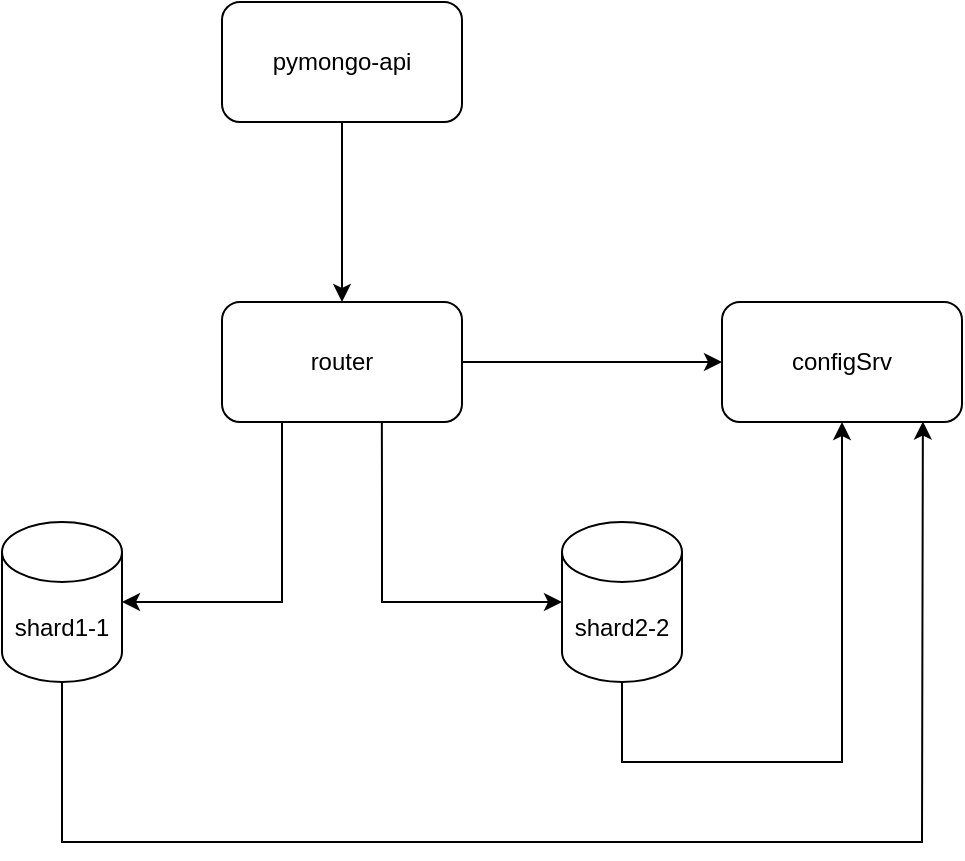
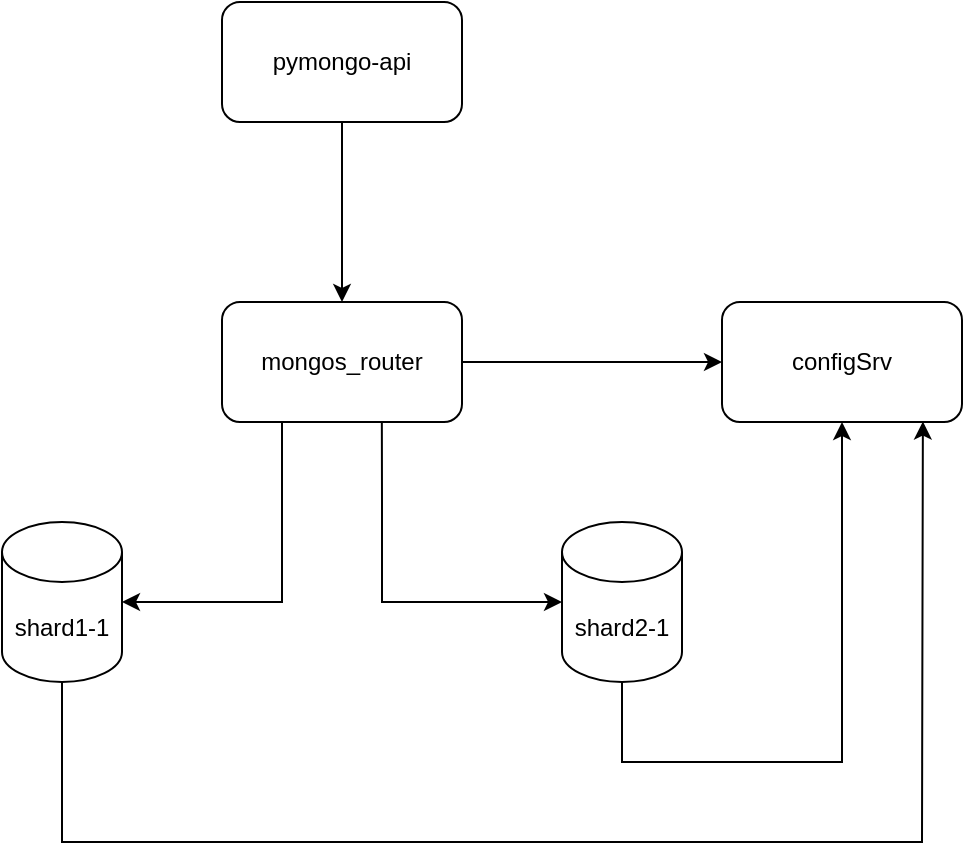
<mxfile host="Electron" agent="Mozilla/5.0 (Macintosh; Intel Mac OS X 10_15_7) AppleWebKit/537.36 (KHTML, like Gecko) draw.io/27.0.9 Chrome/134.0.6998.205 Electron/35.4.0 Safari/537.36" version="27.0.9">
  <diagram name="Page-1" id="-H_mtQnk-PTXWXPvYvuk">
    <mxGraphModel dx="1131" dy="863" grid="1" gridSize="10" guides="1" tooltips="1" connect="1" arrows="1" fold="1" page="1" pageScale="1" pageWidth="1169" pageHeight="827" math="0" shadow="0">
      <root>
        <mxCell id="0" />
        <mxCell id="1" parent="0" />
        <mxCell id="zA23MoTUsTF4_91t8viU-2" value="shard1-1" style="shape=cylinder3;whiteSpace=wrap;html=1;boundedLbl=1;backgroundOutline=1;size=15;" parent="1" vertex="1">
          <mxGeometry x="290" y="360" width="60" height="80" as="geometry" />
        </mxCell>
        <mxCell id="zA23MoTUsTF4_91t8viU-3" value="pymongo-api" style="rounded=1;whiteSpace=wrap;html=1;" parent="1" vertex="1">
          <mxGeometry x="400" y="100" width="120" height="60" as="geometry" />
        </mxCell>
-         <mxCell id="CvNH-Yc4kmu2Opaz4pRZ-2" value="shard2-2" style="shape=cylinder3;whiteSpace=wrap;html=1;boundedLbl=1;backgroundOutline=1;size=15;" vertex="1" parent="1">
+         <mxCell id="CvNH-Yc4kmu2Opaz4pRZ-2" value="shard2-1" style="shape=cylinder3;whiteSpace=wrap;html=1;boundedLbl=1;backgroundOutline=1;size=15;" vertex="1" parent="1">
          <mxGeometry x="570" y="360" width="60" height="80" as="geometry" />
        </mxCell>
        <mxCell id="CvNH-Yc4kmu2Opaz4pRZ-4" value="configSrv" style="rounded=1;whiteSpace=wrap;html=1;" vertex="1" parent="1">
          <mxGeometry x="650" y="250" width="120" height="60" as="geometry" />
        </mxCell>
-         <mxCell id="CvNH-Yc4kmu2Opaz4pRZ-5" value="router" style="rounded=1;whiteSpace=wrap;html=1;" vertex="1" parent="1">
+         <mxCell id="CvNH-Yc4kmu2Opaz4pRZ-5" value="mongos_router" style="rounded=1;whiteSpace=wrap;html=1;" vertex="1" parent="1">
          <mxGeometry x="400" y="250" width="120" height="60" as="geometry" />
        </mxCell>
        <mxCell id="CvNH-Yc4kmu2Opaz4pRZ-6" value="" style="endArrow=classic;html=1;rounded=0;exitX=0.5;exitY=1;exitDx=0;exitDy=0;entryX=0.5;entryY=0;entryDx=0;entryDy=0;" edge="1" parent="1" source="zA23MoTUsTF4_91t8viU-3" target="CvNH-Yc4kmu2Opaz4pRZ-5">
          <mxGeometry width="50" height="50" relative="1" as="geometry">
            <mxPoint x="500" y="430" as="sourcePoint" />
            <mxPoint x="550" y="380" as="targetPoint" />
          </mxGeometry>
        </mxCell>
        <mxCell id="CvNH-Yc4kmu2Opaz4pRZ-7" value="" style="endArrow=classic;html=1;rounded=0;exitX=0.25;exitY=1;exitDx=0;exitDy=0;entryX=1;entryY=0.5;entryDx=0;entryDy=0;entryPerimeter=0;" edge="1" parent="1" source="CvNH-Yc4kmu2Opaz4pRZ-5" target="zA23MoTUsTF4_91t8viU-2">
          <mxGeometry width="50" height="50" relative="1" as="geometry">
            <mxPoint x="319.5" y="180" as="sourcePoint" />
            <mxPoint x="319.5" y="270" as="targetPoint" />
            <Array as="points">
              <mxPoint x="430" y="350" />
              <mxPoint x="430" y="370" />
              <mxPoint x="430" y="400" />
            </Array>
          </mxGeometry>
        </mxCell>
        <mxCell id="CvNH-Yc4kmu2Opaz4pRZ-8" value="" style="endArrow=classic;html=1;rounded=0;exitX=0.666;exitY=1.003;exitDx=0;exitDy=0;entryX=0;entryY=0.5;entryDx=0;entryDy=0;entryPerimeter=0;exitPerimeter=0;" edge="1" parent="1" source="CvNH-Yc4kmu2Opaz4pRZ-5" target="CvNH-Yc4kmu2Opaz4pRZ-2">
          <mxGeometry width="50" height="50" relative="1" as="geometry">
            <mxPoint x="610" y="320" as="sourcePoint" />
            <mxPoint x="530" y="400" as="targetPoint" />
            <Array as="points">
              <mxPoint x="480" y="350" />
              <mxPoint x="480" y="400" />
            </Array>
          </mxGeometry>
        </mxCell>
        <mxCell id="CvNH-Yc4kmu2Opaz4pRZ-10" value="" style="endArrow=classic;html=1;rounded=0;exitX=0.5;exitY=1;exitDx=0;exitDy=0;entryX=0.5;entryY=1;entryDx=0;entryDy=0;exitPerimeter=0;" edge="1" parent="1" source="CvNH-Yc4kmu2Opaz4pRZ-2" target="CvNH-Yc4kmu2Opaz4pRZ-4">
          <mxGeometry width="50" height="50" relative="1" as="geometry">
            <mxPoint x="560" y="430" as="sourcePoint" />
            <mxPoint x="450" y="520" as="targetPoint" />
            <Array as="points">
              <mxPoint x="600" y="480" />
              <mxPoint x="710" y="480" />
            </Array>
          </mxGeometry>
        </mxCell>
        <mxCell id="CvNH-Yc4kmu2Opaz4pRZ-11" value="" style="endArrow=classic;html=1;rounded=0;exitX=0.5;exitY=1;exitDx=0;exitDy=0;entryX=0.837;entryY=0.996;entryDx=0;entryDy=0;exitPerimeter=0;entryPerimeter=0;" edge="1" parent="1" source="zA23MoTUsTF4_91t8viU-2" target="CvNH-Yc4kmu2Opaz4pRZ-4">
          <mxGeometry width="50" height="50" relative="1" as="geometry">
            <mxPoint x="610" y="580" as="sourcePoint" />
            <mxPoint x="720" y="450" as="targetPoint" />
            <Array as="points">
              <mxPoint x="320" y="520" />
              <mxPoint x="750" y="520" />
            </Array>
          </mxGeometry>
        </mxCell>
        <mxCell id="CvNH-Yc4kmu2Opaz4pRZ-12" value="" style="endArrow=classic;html=1;rounded=0;exitX=1;exitY=0.5;exitDx=0;exitDy=0;entryX=0;entryY=0.5;entryDx=0;entryDy=0;" edge="1" parent="1" source="CvNH-Yc4kmu2Opaz4pRZ-5" target="CvNH-Yc4kmu2Opaz4pRZ-4">
          <mxGeometry width="50" height="50" relative="1" as="geometry">
            <mxPoint x="580" y="200" as="sourcePoint" />
            <mxPoint x="580" y="290" as="targetPoint" />
          </mxGeometry>
        </mxCell>
      </root>
    </mxGraphModel>
  </diagram>
</mxfile>
